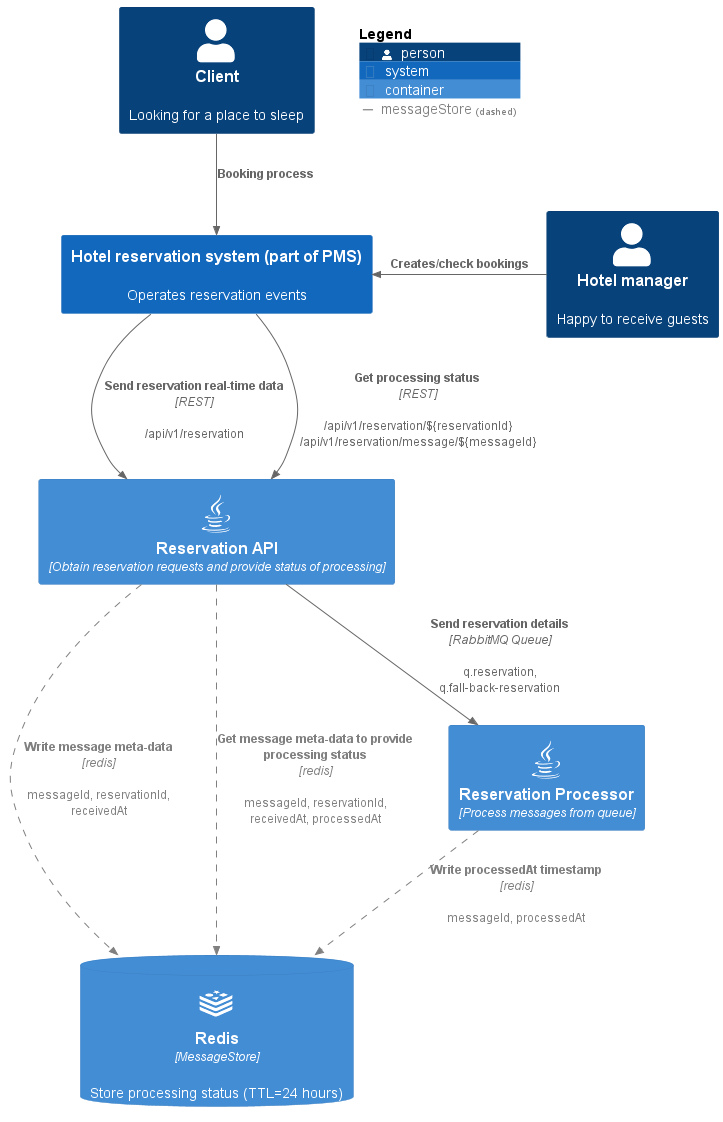
Above: puml/ReservationProcessingScheme.png in alexsoftware-java/practical-task (PlantUML), before the change.
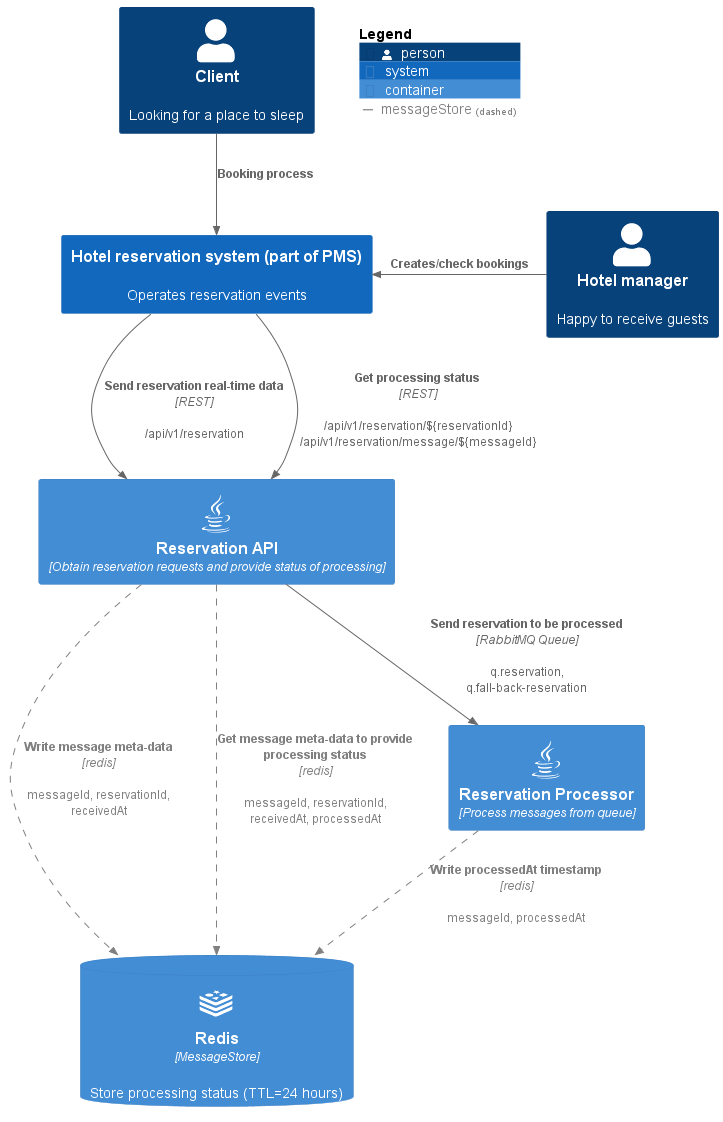
Later version of the same file.

Commit message:
schema refactoring

Change to the diagram source:
```diff
@@ -22,7 +22,7 @@
 Rel(pms, api, "Send reservation real-time data", "REST", "/api/v1/reservation")
 Rel(pms, api, "Get processing status", "REST", "/api/v1/reservation/${reservationId} /api/v1/reservation/message/${messageId}")
 Rel(api, redis, "Write message meta-data","redis", "messageId, reservationId, receivedAt", $tags="messageStore")
-Rel(api, processor, "Send reservation details", "RabbitMQ Queue", "q.reservation, q.fall-back-reservation")
+Rel(api, processor, "Send reservation to be processed", "RabbitMQ Queue", "q.reservation, q.fall-back-reservation")
 Rel(api, redis, "Get message meta-data to provide processing status","redis", "messageId, reservationId, receivedAt, processedAt", $tags="messageStore")
 Rel(processor, redis, "Write processedAt timestamp", "redis", "messageId, processedAt", $tags="messageStore")
 
```
